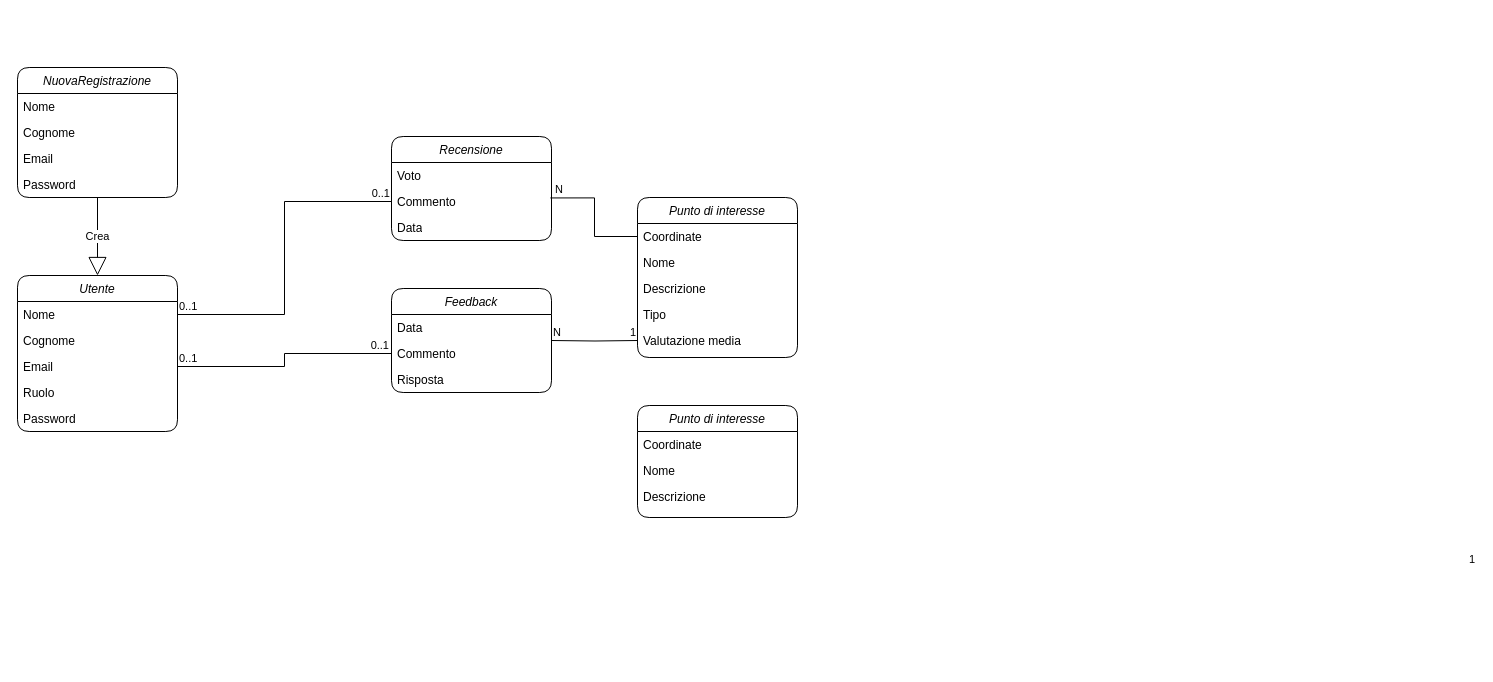
This is DiagrammaClassi.drawio from riccardoFinelloUniTn/BikeInfo, a draw.io file, before an edit. Source tidied: cells renumbered, new cells numbered last; positions are measured from the earlier drawing's top-left corner, leaving out a move shared by most shapes. Both pictures are drawn from the tidied source at 100%, with x=0, y=0 at pixel (17, 67).
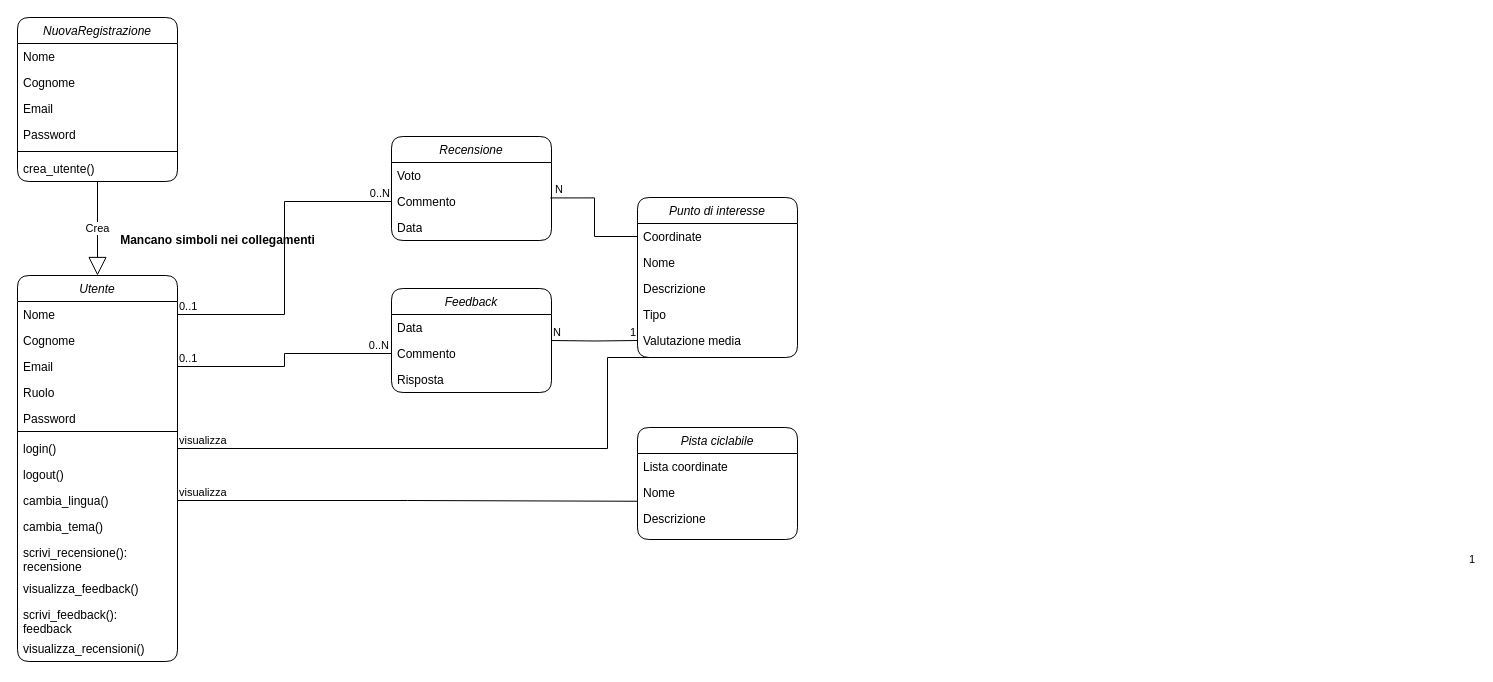
The same diagram, later.

Commit message:
classi con metodi

The change refers to these unchanged cells:
```xml
<mxCell id="14" value="Punto di interesse" style="swimlane;fontStyle=2;align=center;verticalAlign=top;horizontal=1;startSize=26;rounded=1;shadow=0;strokeWidth=1;glass=0;swimlaneLine=1;" parent="1" vertex="1">
  <mxGeometry x="620" y="130" width="160" height="160" as="geometry" />
</mxCell>
<mxCell id="34" style="endArrow=none;html=1;edgeStyle=orthogonalEdgeStyle;rounded=0;entryX=0;entryY=0.5;entryDx=0;entryDy=0;exitX=1;exitY=0.5;exitDx=0;exitDy=0;" parent="1" edge="1" source="3" target="32">
  <mxGeometry relative="1" as="geometry" />
</mxCell>
<mxCell id="37" style="endArrow=none;html=1;edgeStyle=orthogonalEdgeStyle;rounded=0;entryX=0;entryY=0.5;entryDx=0;entryDy=0;exitX=1;exitY=0.5;exitDx=0;exitDy=0;" parent="1" edge="1" source="5" target="25">
  <mxGeometry relative="1" as="geometry" />
</mxCell>
<mxCell id="42" value="Nome" style="text;align=left;verticalAlign=top;spacingLeft=4;spacingRight=4;overflow=hidden;points=[[0,0.5],[1,0.5]];portConstraint=eastwest;rounded=0;shadow=0;html=0;" parent="40" vertex="1">
  <mxGeometry y="52" width="160" height="26" as="geometry" />
</mxCell>
```

Change to the diagram source:
```diff
@@
     <mxCell id="2" value="Utente" style="swimlane;fontStyle=2;align=center;verticalAlign=top;horizontal=1;startSize=26;rounded=1;shadow=0;strokeWidth=1;glass=0;swimlaneLine=1;" parent="1" vertex="1">
-      <mxGeometry y="208" width="160" height="156" as="geometry" />
+      <mxGeometry y="208" width="160" height="386" as="geometry" />
     </mxCell>
@@
     <mxCell id="7" value="Password" style="text;strokeColor=none;fillColor=none;align=left;verticalAlign=top;spacingLeft=4;spacingRight=4;overflow=hidden;whiteSpace=wrap;html=1;" parent="2" vertex="1">
-      <mxGeometry y="130" width="160" height="26" as="geometry" />
+      <mxGeometry y="130" width="160" height="22" as="geometry" />
     </mxCell>
+    <mxCell id="44" style="line;strokeWidth=1;fillColor=none;align=left;verticalAlign=middle;spacingTop=-1;spacingLeft=3;spacingRight=3;labelPosition=right;strokeColor=inherit;" parent="2" vertex="1">
+      <mxGeometry y="152" width="160" height="8" as="geometry" />
+    </mxCell>
+    <mxCell id="45" value="login()" style="text;strokeColor=none;fillColor=none;align=left;verticalAlign=top;spacingLeft=4;spacingRight=4;overflow=hidden;points=[[0,0.5],[1,0.5]];portConstraint=eastwest;whiteSpace=wrap;html=1;" parent="2" vertex="1">
+      <mxGeometry y="160" width="160" height="26" as="geometry" />
+    </mxCell>
+    <mxCell id="46" value="logout()" style="text;strokeColor=none;fillColor=none;align=left;verticalAlign=top;spacingLeft=4;spacingRight=4;overflow=hidden;whiteSpace=wrap;html=1;" parent="2" vertex="1">
+      <mxGeometry y="186" width="160" height="26" as="geometry" />
+    </mxCell>
+    <mxCell id="47" value="cambia_lingua()" style="text;strokeColor=none;fillColor=none;align=left;verticalAlign=top;spacingLeft=4;spacingRight=4;overflow=hidden;points=[[0,0.5],[1,0.5]];portConstraint=eastwest;whiteSpace=wrap;html=1;" parent="2" vertex="1">
+      <mxGeometry y="212" width="160" height="26" as="geometry" />
+    </mxCell>
+    <mxCell id="48" value="cambia_tema()" style="text;strokeColor=none;fillColor=none;align=left;verticalAlign=top;spacingLeft=4;spacingRight=4;overflow=hidden;whiteSpace=wrap;html=1;" parent="2" vertex="1">
+      <mxGeometry y="238" width="160" height="26" as="geometry" />
+    </mxCell>
+    <mxCell id="49" value="scrivi_recensione():&lt;div&gt;recensione&lt;/div&gt;" style="text;strokeColor=none;fillColor=none;align=left;verticalAlign=top;spacingLeft=4;spacingRight=4;overflow=hidden;whiteSpace=wrap;html=1;" parent="2" vertex="1">
+      <mxGeometry y="264" width="160" height="36" as="geometry" />
+    </mxCell>
+    <mxCell id="50" value="visualizza_feedback()" style="text;strokeColor=none;fillColor=none;align=left;verticalAlign=top;spacingLeft=4;spacingRight=4;overflow=hidden;whiteSpace=wrap;html=1;" parent="2" vertex="1">
+      <mxGeometry y="300" width="160" height="26" as="geometry" />
+    </mxCell>
+    <mxCell id="51" value="scrivi_feedback():&lt;div&gt;feedback&lt;/div&gt;" style="text;strokeColor=none;fillColor=none;align=left;verticalAlign=top;spacingLeft=4;spacingRight=4;overflow=hidden;whiteSpace=wrap;html=1;" parent="2" vertex="1">
+      <mxGeometry y="326" width="160" height="34" as="geometry" />
+    </mxCell>
+    <mxCell id="52" value="visualizza_recensioni()" style="text;strokeColor=none;fillColor=none;align=left;verticalAlign=top;spacingLeft=4;spacingRight=4;overflow=hidden;whiteSpace=wrap;html=1;" parent="2" vertex="1">
+      <mxGeometry y="360" width="160" height="26" as="geometry" />
+    </mxCell>
     <mxCell id="8" value="NuovaRegistrazione" style="swimlane;fontStyle=2;align=center;verticalAlign=top;horizontal=1;startSize=26;rounded=1;shadow=0;strokeWidth=1;glass=0;swimlaneLine=1;" parent="1" vertex="1">
-      <mxGeometry width="160" height="130" as="geometry" />
+      <mxGeometry y="-50" width="160" height="164" as="geometry" />
     </mxCell>
@@
+    <mxCell id="53" style="line;strokeWidth=1;fillColor=none;align=left;verticalAlign=middle;spacingTop=-1;spacingLeft=3;spacingRight=3;labelPosition=right;strokeColor=inherit;" parent="8" vertex="1">
+      <mxGeometry y="130" width="160" height="8" as="geometry" />
+    </mxCell>
+    <mxCell id="54" value="crea_utente()" style="text;strokeColor=none;fillColor=none;align=left;verticalAlign=top;spacingLeft=4;spacingRight=4;overflow=hidden;whiteSpace=wrap;html=1;" parent="8" vertex="1">
+      <mxGeometry y="138" width="160" height="26" as="geometry" />
+    </mxCell>
@@
-    <mxCell id="36" value="0..1" style="edgeLabel;html=1;align=right;verticalAlign=bottom;" parent="34" vertex="1">
+    <mxCell id="36" value="0..N" style="edgeLabel;html=1;align=right;verticalAlign=bottom;" parent="34" vertex="1">
       <mxGeometry x="1" relative="1" as="geometry">
         <mxPoint x="-1" as="offset" />
       </mxGeometry>
     </mxCell>
@@
-    <mxCell id="39" value="0..1" style="edgeLabel;html=1;align=right;verticalAlign=bottom;" parent="37" vertex="1">
+    <mxCell id="39" value="0..N" style="edgeLabel;html=1;align=right;verticalAlign=bottom;" parent="37" vertex="1">
       <mxGeometry x="1" relative="1" as="geometry">
         <mxPoint x="-2" as="offset" />
       </mxGeometry>
     </mxCell>
-    <mxCell id="40" value="Punto di interesse" style="swimlane;fontStyle=2;align=center;verticalAlign=top;horizontal=1;startSize=26;rounded=1;shadow=0;strokeWidth=1;glass=0;swimlaneLine=1;" parent="1" vertex="1">
-      <mxGeometry x="620" y="338" width="160" height="112" as="geometry" />
+    <mxCell id="40" value="Pista ciclabile" style="swimlane;fontStyle=2;align=center;verticalAlign=top;horizontal=1;startSize=26;rounded=1;shadow=0;strokeWidth=1;glass=0;swimlaneLine=1;" parent="1" vertex="1">
+      <mxGeometry x="620" y="360" width="160" height="112" as="geometry" />
     </mxCell>
-    <mxCell id="41" value="Coordinate" style="text;align=left;verticalAlign=top;spacingLeft=4;spacingRight=4;overflow=hidden;" parent="40" vertex="1">
+    <mxCell id="41" value="Lista coordinate" style="text;align=left;verticalAlign=top;spacingLeft=4;spacingRight=4;overflow=hidden;" parent="40" vertex="1">
       <mxGeometry y="26" width="160" height="26" as="geometry" />
     </mxCell>
@@
+    <mxCell id="55" value="Mancano simboli nei collegamenti" style="text;align=center;fontStyle=1;verticalAlign=middle;spacingLeft=3;spacingRight=3;strokeColor=none;html=1;" parent="1" vertex="1">
+      <mxGeometry x="160" y="160" width="80" height="26" as="geometry" />
+    </mxCell>
+    <mxCell id="56" style="endArrow=none;html=1;edgeStyle=orthogonalEdgeStyle;rounded=0;exitX=1;exitY=0.5;exitDx=0;exitDy=0;entryX=0.5;entryY=1;entryDx=0;entryDy=0;" parent="1" edge="1" source="45" target="14">
+      <mxGeometry relative="1" as="geometry">
+        <Array as="points">
+          <mxPoint x="590" y="381" />
+          <mxPoint x="590" y="290" />
+        </Array>
+      </mxGeometry>
+    </mxCell>
+    <mxCell id="57" value="visualizza" style="edgeLabel;html=1;align=left;verticalAlign=bottom;" parent="56" vertex="1">
+      <mxGeometry x="-1" relative="1" as="geometry" />
+    </mxCell>
+    <mxCell id="58" style="endArrow=none;html=1;edgeStyle=orthogonalEdgeStyle;rounded=0;exitX=1;exitY=0.5;exitDx=0;exitDy=0;entryX=0.001;entryY=0.837;entryDx=0;entryDy=0;entryPerimeter=0;" parent="1" edge="1" source="47" target="42">
+      <mxGeometry relative="1" as="geometry" />
+    </mxCell>
+    <mxCell id="59" value="visualizza" style="edgeLabel;html=1;align=left;verticalAlign=bottom;" parent="58" vertex="1">
+      <mxGeometry x="-1" relative="1" as="geometry" />
+    </mxCell>
```
